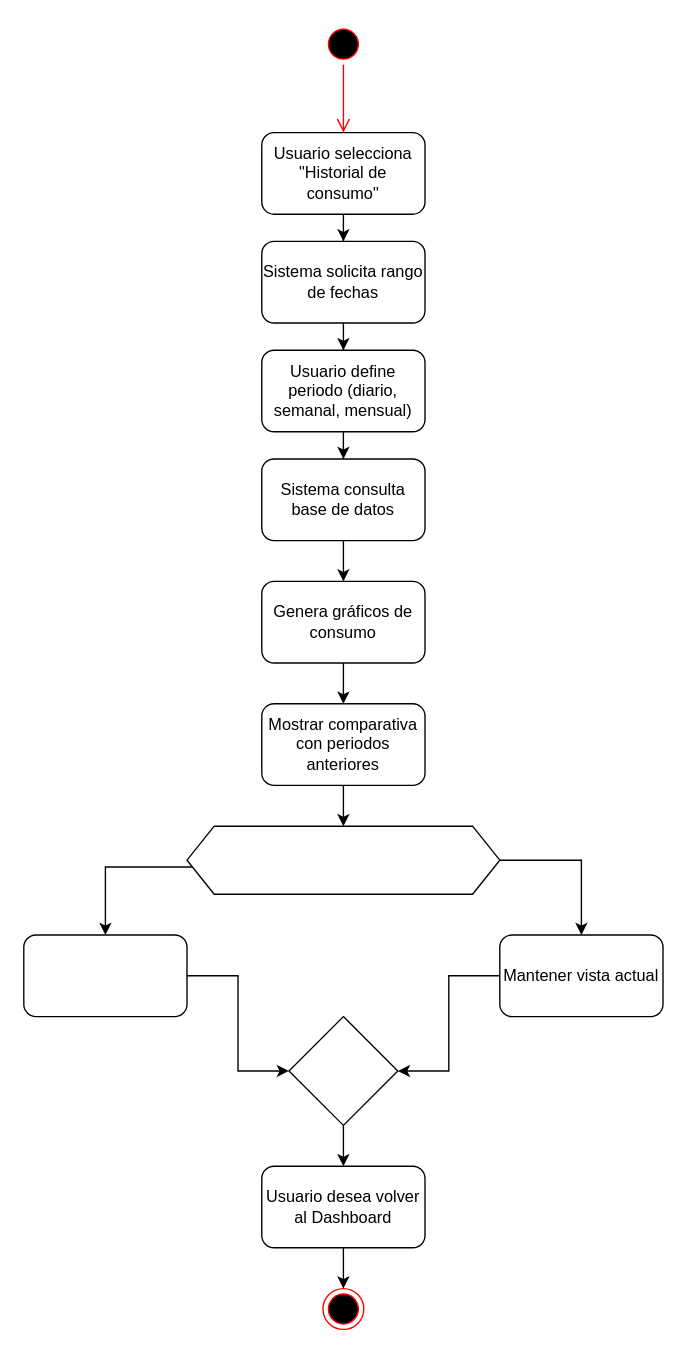
Earlier version of the draw.io diagram Flujos de interaccion de usuario/Consulta Historial de Consumo.drawio (Juan-Cortes2045/Energy-Monitor-Documentation). Source tidied: cells renumbered, new cells numbered last; positions are measured from the earlier drawing's top-left corner, leaving out a move shared by most shapes. Both pictures are drawn from the tidied source at 136%, with x=0, y=0 at pixel (23, 23).
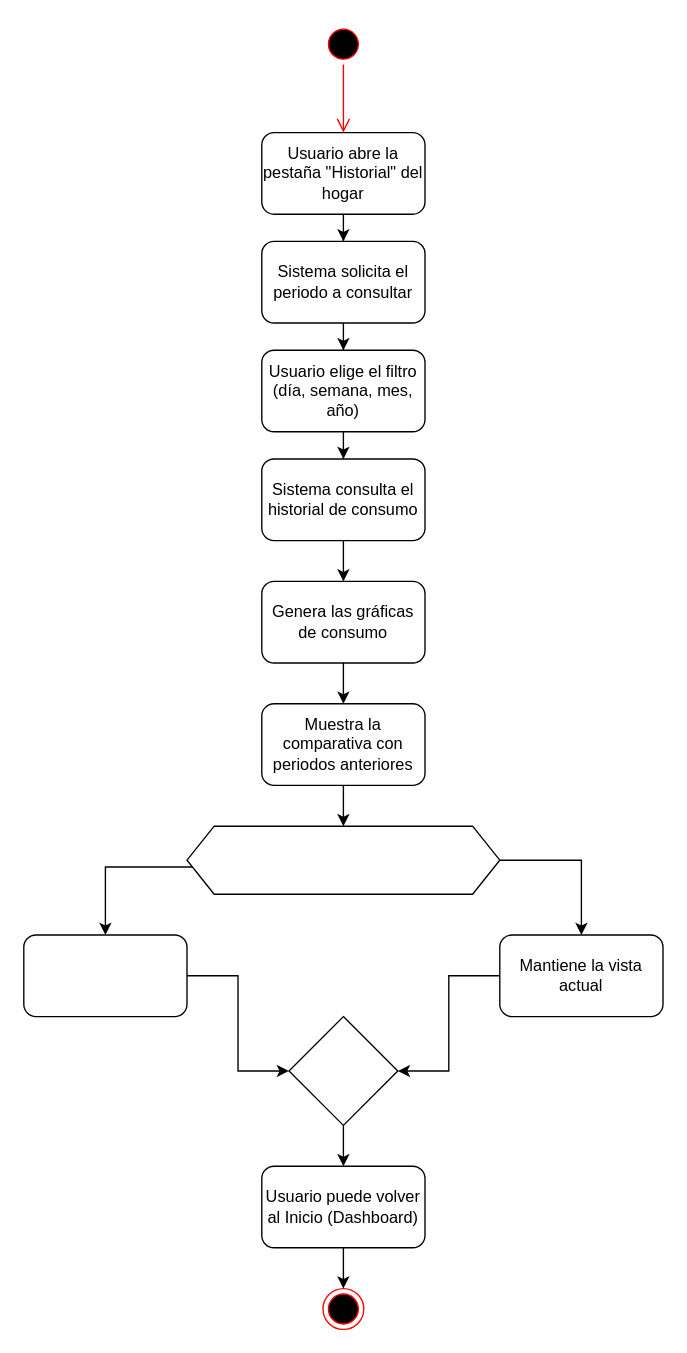
Above is the later version.

What changed in the source:
```diff
@@
-    <mxCell id="5" value="Usuario selecciona &quot;Historial de consumo&quot;" style="rounded=1;whiteSpace=wrap;html=1;" parent="1" vertex="1">
+    <mxCell id="5" value="Usuario abre la pestaña &quot;Historial&quot; del hogar" style="rounded=1;whiteSpace=wrap;html=1;" parent="1" vertex="1">
       <mxGeometry x="175" y="80" width="120" height="60" as="geometry" />
     </mxCell>
@@
-    <mxCell id="7" value="Sistema solicita rango de fechas" style="rounded=1;whiteSpace=wrap;html=1;" parent="1" vertex="1">
+    <mxCell id="7" value="Sistema solicita el periodo a consultar" style="rounded=1;whiteSpace=wrap;html=1;" parent="1" vertex="1">
       <mxGeometry x="175" y="160" width="120" height="60" as="geometry" />
     </mxCell>
@@
-    <mxCell id="9" value="Usuario define periodo (diario, semanal, mensual)" style="rounded=1;whiteSpace=wrap;html=1;" parent="1" vertex="1">
+    <mxCell id="9" value="Usuario elige el filtro (día, semana, mes, año)" style="rounded=1;whiteSpace=wrap;html=1;" parent="1" vertex="1">
       <mxGeometry x="175" y="240" width="120" height="60" as="geometry" />
     </mxCell>
@@
-    <mxCell id="11" value="Sistema consulta base de datos" style="rounded=1;whiteSpace=wrap;html=1;" parent="1" vertex="1">
+    <mxCell id="11" value="Sistema consulta el historial de consumo" style="rounded=1;whiteSpace=wrap;html=1;" parent="1" vertex="1">
       <mxGeometry x="175" y="320" width="120" height="60" as="geometry" />
     </mxCell>
@@
-    <mxCell id="13" value="Genera gráficos de consumo" style="rounded=1;whiteSpace=wrap;html=1;" parent="1" vertex="1">
+    <mxCell id="13" value="Genera las gráficas de consumo" style="rounded=1;whiteSpace=wrap;html=1;" parent="1" vertex="1">
       <mxGeometry x="175" y="410" width="120" height="60" as="geometry" />
     </mxCell>
@@
-    <mxCell id="15" value="Mostrar comparativa con periodos anteriores" style="rounded=1;whiteSpace=wrap;html=1;" parent="1" vertex="1">
+    <mxCell id="15" value="Muestra la comparativa con periodos anteriores" style="rounded=1;whiteSpace=wrap;html=1;" parent="1" vertex="1">
       <mxGeometry x="175" y="500" width="120" height="60" as="geometry" />
     </mxCell>
@@
-    <mxCell id="22" value="Mantener vista actual" style="rounded=1;whiteSpace=wrap;html=1;" parent="1" vertex="1">
+    <mxCell id="22" value="Mantiene la vista actual" style="rounded=1;whiteSpace=wrap;html=1;" parent="1" vertex="1">
       <mxGeometry x="350" y="670" width="120" height="60" as="geometry" />
     </mxCell>
@@
-    <mxCell id="24" value="Usuario desea volver al Dashboard" style="rounded=1;whiteSpace=wrap;html=1;" parent="1" vertex="1">
+    <mxCell id="24" value="Usuario puede volver al Inicio (Dashboard)" style="rounded=1;whiteSpace=wrap;html=1;" parent="1" vertex="1">
       <mxGeometry x="175" y="840" width="120" height="60" as="geometry" />
     </mxCell>
```
